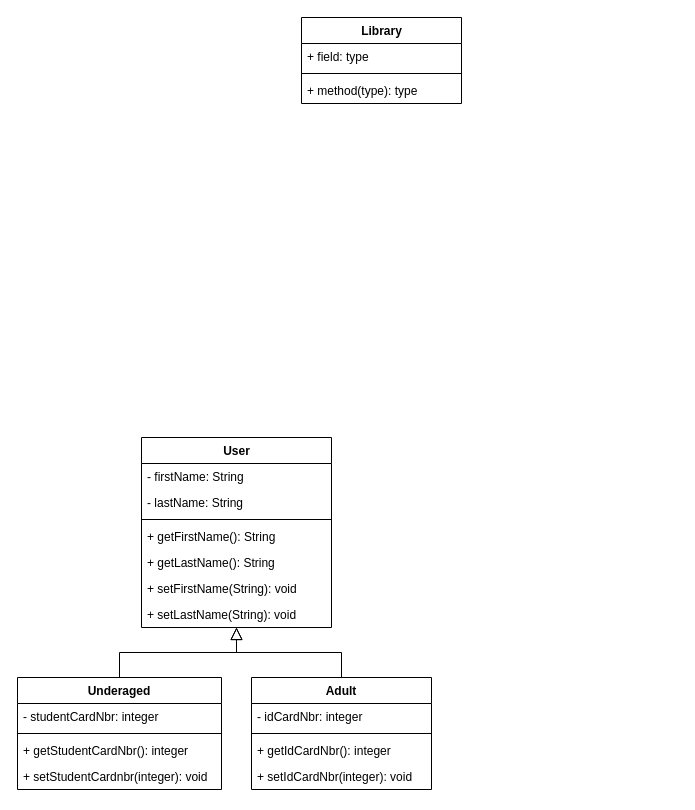
Above: lab1.drawio in BadTimeGiver/Draw.io-AGH (draw.io), before the change. Source tidied: cells renumbered, new cells numbered last; positions are measured from the earlier drawing's top-left corner, leaving out a move shared by most shapes. Both pictures are drawn from the tidied source at 100%, with x=0, y=0 at pixel (17, 17).
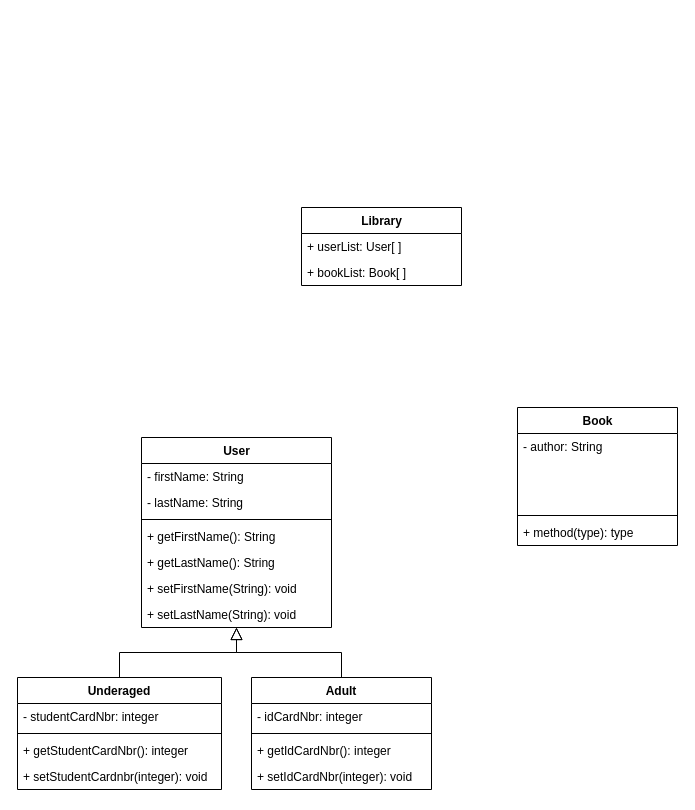
The same page after the edit.

Diff of the diagram source:
```diff
@@
     <mxCell id="22" value="Library" style="swimlane;fontStyle=1;align=center;verticalAlign=top;horizontal=1;startSize=26;html=1;" parent="1" vertex="1">
-      <mxGeometry x="284" width="160" height="86" as="geometry" />
+      <mxGeometry x="284" y="190" width="160" height="78" as="geometry" />
     </mxCell>
-    <mxCell id="23" value="+ field: type" style="text;strokeColor=none;fillColor=none;align=left;verticalAlign=top;spacingLeft=4;spacingRight=4;overflow=hidden;" parent="22" vertex="1">
+    <mxCell id="23" value="+ userList: User[ ]" style="text;strokeColor=none;fillColor=none;align=left;verticalAlign=top;spacingLeft=4;spacingRight=4;overflow=hidden;" parent="22" vertex="1">
       <mxGeometry y="26" width="160" height="26" as="geometry" />
     </mxCell>
-    <mxCell id="24" style="line;strokeWidth=1;fillColor=none;align=left;verticalAlign=middle;spacingTop=-1;spacingLeft=3;spacingRight=3;labelPosition=right;strokeColor=inherit;html=1;" parent="22" vertex="1">
-      <mxGeometry y="52" width="160" height="8" as="geometry" />
-    </mxCell>
+    <mxCell id="26" value="+ bookList: Book[ ] " style="text;strokeColor=none;fillColor=none;align=left;verticalAlign=top;spacingLeft=4;spacingRight=4;overflow=hidden;" parent="22" vertex="1">
+      <mxGeometry y="52" width="160" height="26" as="geometry" />
+    </mxCell>
+    <mxCell id="27" value="Book" style="swimlane;fontStyle=1;align=center;verticalAlign=top;horizontal=1;startSize=26;html=1;" parent="1" vertex="1">
+      <mxGeometry x="500" y="390" width="160" height="138" as="geometry" />
+    </mxCell>
+    <mxCell id="28" value="- author: String" style="text;strokeColor=none;fillColor=none;align=left;verticalAlign=top;spacingLeft=4;spacingRight=4;overflow=hidden;" parent="27" vertex="1">
+      <mxGeometry y="26" width="160" height="26" as="geometry" />
+    </mxCell>
+    <mxCell id="29" style="text;strokeColor=none;fillColor=none;align=left;verticalAlign=top;spacingLeft=4;spacingRight=4;overflow=hidden;" parent="27" vertex="1">
+      <mxGeometry y="52" width="160" height="26" as="geometry" />
+    </mxCell>
+    <mxCell id="30" style="text;strokeColor=none;fillColor=none;align=left;verticalAlign=top;spacingLeft=4;spacingRight=4;overflow=hidden;" parent="27" vertex="1">
+      <mxGeometry y="78" width="160" height="26" as="geometry" />
+    </mxCell>
+    <mxCell id="31" style="line;strokeWidth=1;fillColor=none;align=left;verticalAlign=middle;spacingTop=-1;spacingLeft=3;spacingRight=3;labelPosition=right;strokeColor=inherit;html=1;" parent="27" vertex="1">
+      <mxGeometry y="104" width="160" height="8" as="geometry" />
+    </mxCell>
-    <mxCell id="25" value="+ method(type): type" style="text;strokeColor=none;fillColor=none;align=left;verticalAlign=top;spacingLeft=4;spacingRight=4;overflow=hidden;" parent="22" vertex="1">
-      <mxGeometry y="60" width="160" height="26" as="geometry" />
+    <mxCell id="25" value="+ method(type): type" style="text;strokeColor=none;fillColor=none;align=left;verticalAlign=top;spacingLeft=4;spacingRight=4;overflow=hidden;" parent="27" vertex="1">
+      <mxGeometry y="112" width="160" height="26" as="geometry" />
     </mxCell>
```
